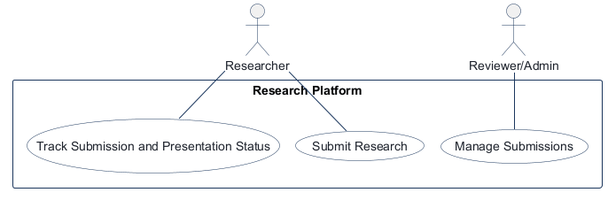
Before: docs/diagrams/use-case.png, a diagram exported from PlantUML (JoshuaS05/comp3613a1).
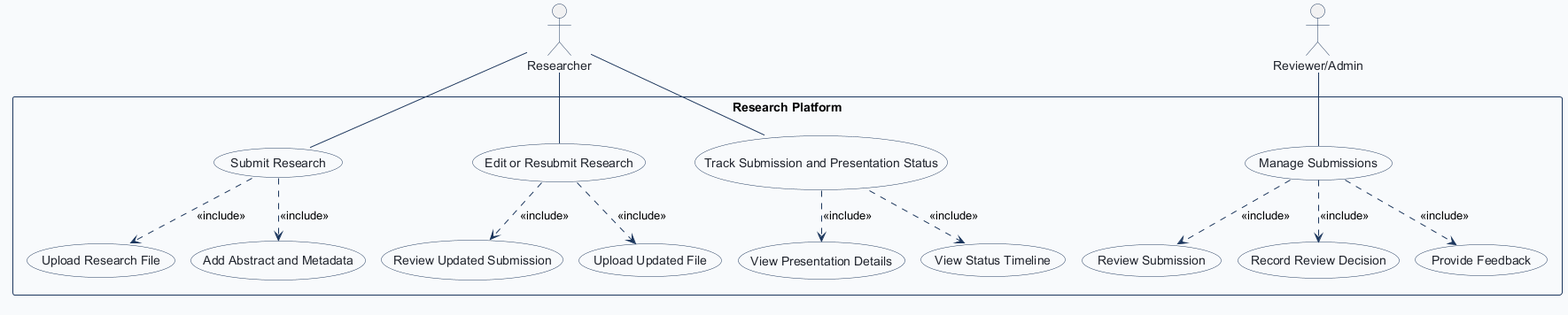
After the change.

Commit message:
Restore detailed use case diagram

The edit, as a diff of the source:
```diff
@@ -15,14 +15,34 @@
 
 rectangle "Research Platform" {
   usecase "Submit Research" as Submit_Research
+  usecase "Upload Research File" as Upload_Research_File
+  usecase "Add Abstract and Metadata" as Add_Abstract_and_Metadata
+  usecase "Edit or Resubmit Research" as Edit_or_Resubmit_Research
+  usecase "Review Updated Submission" as Review_Updated_Submission
+  usecase "Upload Updated File" as Upload_Updated_File
   usecase "Manage Submissions" as Manage_Submissions
+  usecase "Review Submission" as Review_Submission
+  usecase "Record Review Decision" as Record_Review_Decision
+  usecase "Provide Feedback" as Provide_Feedback
   usecase "Track Submission and Presentation Status" as Track_Submission_and_Presentation_Status
+  usecase "View Status Timeline" as View_Status_Timeline
+  usecase "View Presentation Details" as View_Presentation_Details
 }
 
 actor "Reviewer/Admin" as Reviewer_Admin
 
 Researcher -- Submit_Research
+Submit_Research ..> Upload_Research_File : <<include>>
+Submit_Research ..> Add_Abstract_and_Metadata : <<include>>
+Researcher -- Edit_or_Resubmit_Research
+Edit_or_Resubmit_Research ..> Review_Updated_Submission : <<include>>
+Edit_or_Resubmit_Research ..> Upload_Updated_File : <<include>>
 Reviewer_Admin -- Manage_Submissions
+Manage_Submissions ..> Review_Submission : <<include>>
+Manage_Submissions ..> Record_Review_Decision : <<include>>
+Manage_Submissions ..> Provide_Feedback : <<include>>
 Researcher -- Track_Submission_and_Presentation_Status
+Track_Submission_and_Presentation_Status ..> View_Status_Timeline : <<include>>
+Track_Submission_and_Presentation_Status ..> View_Presentation_Details : <<include>>
 
 @enduml
```
